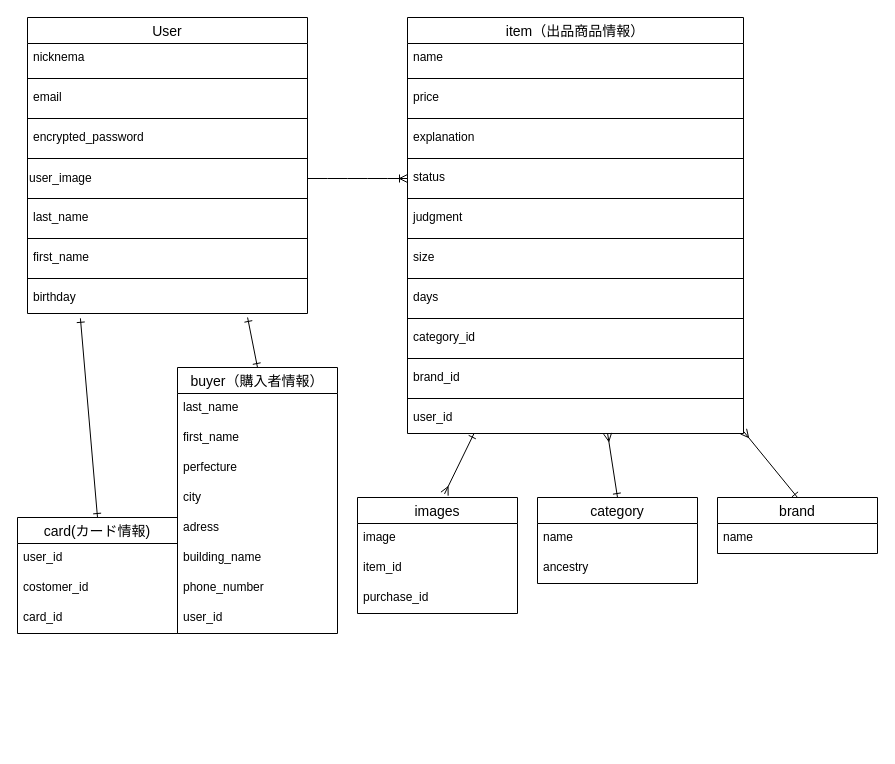
Before: furima.dio in nocchicken/furima-39852, a draw.io diagram. Source tidied: cells renumbered, new cells numbered last; positions are measured from the earlier drawing's top-left corner, leaving out a move shared by most shapes. Both pictures are drawn from the tidied source at 100%, with x=0, y=0 at pixel (17, 17).
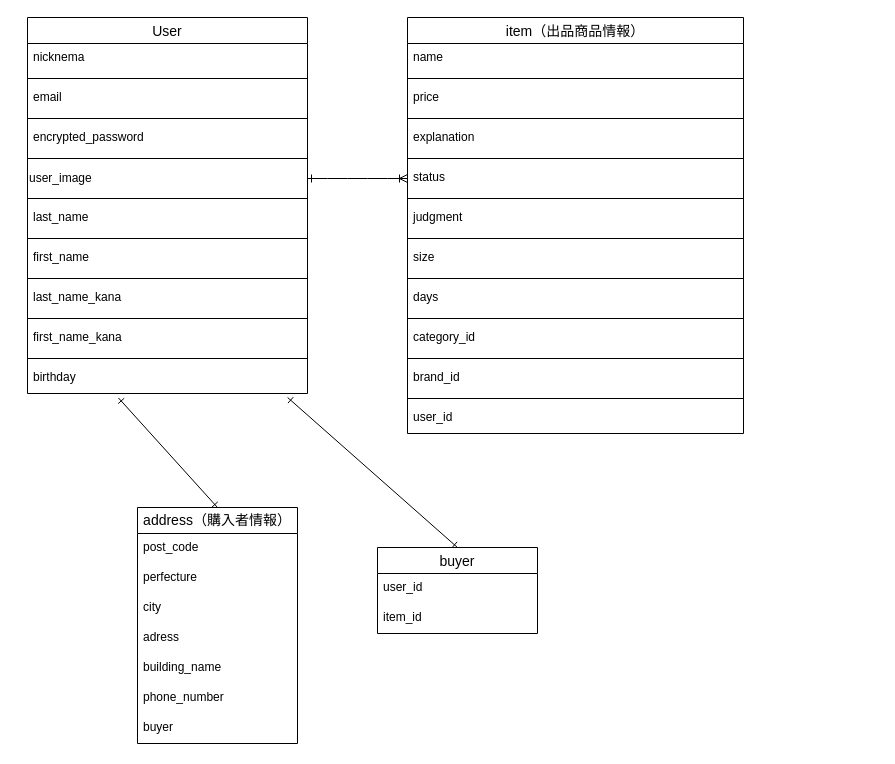
Above is the later version.

Unchanged cells that the change refers to:
```xml
<mxCell id="16" value="item（出品商品情報）" style="swimlane;fontStyle=0;horizontal=1;startSize=26;align=center;fontSize=14;" parent="1" vertex="1">
  <mxGeometry x="390" width="336" height="416" as="geometry" />
</mxCell>
```

What changed in the source:
```diff
@@
     <mxCell id="2" value="User" style="swimlane;fontStyle=0;horizontal=1;startSize=26;align=center;fontSize=14;" parent="1" vertex="1">
-      <mxGeometry x="10" width="280" height="296" as="geometry" />
+      <mxGeometry x="10" width="280" height="376" as="geometry" />
     </mxCell>
@@
+    <mxCell id="64" style="line;strokeWidth=1;dashed=0;labelPosition=right;align=left;verticalAlign=middle;spacingTop=0;spacingLeft=6;" parent="2" vertex="1">
+      <mxGeometry y="256" width="280" height="10" as="geometry" />
+    </mxCell>
+    <mxCell id="65" value="last_name_kana" style="text;strokeColor=none;fillColor=none;spacingLeft=4;spacingRight=4;overflow=hidden;fontSize=12;" parent="2" vertex="1">
+      <mxGeometry y="266" width="280" height="30" as="geometry" />
+    </mxCell>
+    <mxCell id="66" style="line;strokeWidth=1;dashed=0;labelPosition=right;align=left;verticalAlign=middle;spacingTop=0;spacingLeft=6;" parent="2" vertex="1">
+      <mxGeometry y="296" width="280" height="10" as="geometry" />
+    </mxCell>
+    <mxCell id="67" value="first_name_kana" style="text;strokeColor=none;fillColor=none;spacingLeft=4;spacingRight=4;overflow=hidden;fontSize=12;" parent="2" vertex="1">
+      <mxGeometry y="306" width="280" height="30" as="geometry" />
+    </mxCell>
     <mxCell id="14" style="line;strokeWidth=1;dashed=0;labelPosition=right;align=left;verticalAlign=middle;spacingTop=0;spacingLeft=6;" parent="2" vertex="1">
-      <mxGeometry y="256" width="280" height="10" as="geometry" />
+      <mxGeometry y="336" width="280" height="10" as="geometry" />
     </mxCell>
     <mxCell id="15" value="birthday" style="text;strokeColor=none;fillColor=none;spacingLeft=4;spacingRight=4;overflow=hidden;points=[[0,0.5],[1,0.5]];portConstraint=eastwest;fontSize=12;" parent="2" vertex="1">
-      <mxGeometry y="266" width="280" height="30" as="geometry" />
+      <mxGeometry y="346" width="280" height="30" as="geometry" />
     </mxCell>
@@
-    <mxCell id="36" style="edgeStyle=entityRelationEdgeStyle;fontSize=12;html=1;endArrow=ERoneToMany;" parent="1" edge="1">
+    <mxCell id="36" style="edgeStyle=entityRelationEdgeStyle;fontSize=12;html=1;endArrow=ERoneToMany;startArrow=ERone;startFill=0;" parent="1" edge="1">
       <mxGeometry relative="1" as="geometry">
         <mxPoint x="290" y="161" as="sourcePoint" />
         <mxPoint x="390" y="161" as="targetPoint" />
       </mxGeometry>
     </mxCell>
-    <mxCell id="37" value="card(カード情報)" style="swimlane;fontStyle=0;horizontal=1;startSize=26;align=center;fontSize=14;" parent="1" vertex="1">
-      <mxGeometry y="500" width="160" height="116" as="geometry" />
+    <mxCell id="37" value="buyer" style="swimlane;fontStyle=0;horizontal=1;startSize=26;align=center;fontSize=14;" parent="1" vertex="1">
+      <mxGeometry x="360" y="530" width="160" height="86" as="geometry" />
     </mxCell>
@@
-    <mxCell id="39" value="costomer_id" style="text;strokeColor=none;fillColor=none;spacingLeft=4;spacingRight=4;overflow=hidden;fontSize=12;" parent="37" vertex="1">
+    <mxCell id="39" value="item_id" style="text;strokeColor=none;fillColor=none;spacingLeft=4;spacingRight=4;overflow=hidden;fontSize=12;" parent="37" vertex="1">
       <mxGeometry y="56" width="160" height="30" as="geometry" />
     </mxCell>
-    <mxCell id="40" value="card_id" style="text;strokeColor=none;fillColor=none;spacingLeft=4;spacingRight=4;overflow=hidden;fontSize=12;" parent="37" vertex="1">
-      <mxGeometry y="86" width="160" height="30" as="geometry" />
-    </mxCell>
-    <mxCell id="41" value="buyer（購入者情報）" style="swimlane;fontStyle=0;horizontal=1;startSize=26;align=center;fontSize=14;" parent="1" vertex="1">
-      <mxGeometry x="160" y="350" width="160" height="266" as="geometry" />
+    <mxCell id="41" value="address（購入者情報）" style="swimlane;fontStyle=0;horizontal=1;startSize=26;align=center;fontSize=14;whiteSpace=wrap;" parent="1" vertex="1">
+      <mxGeometry x="120" y="490" width="160" height="236" as="geometry" />
     </mxCell>
-    <mxCell id="42" value="last_name" style="text;strokeColor=none;fillColor=none;spacingLeft=4;spacingRight=4;overflow=hidden;fontSize=12;" parent="41" vertex="1">
-      <mxGeometry y="26" width="160" height="30" as="geometry" />
-    </mxCell>
-    <mxCell id="43" value="first_name" style="text;strokeColor=none;fillColor=none;spacingLeft=4;spacingRight=4;overflow=hidden;fontSize=12;" parent="41" vertex="1">
-      <mxGeometry y="56" width="160" height="30" as="geometry" />
-    </mxCell>
+    <mxCell id="68" value="post_code" style="text;strokeColor=none;fillColor=none;spacingLeft=4;spacingRight=4;overflow=hidden;fontSize=12;" parent="41" vertex="1">
+      <mxGeometry y="26" width="160" height="30" as="geometry" />
+    </mxCell>
     <mxCell id="44" value="perfecture" style="text;strokeColor=none;fillColor=none;spacingLeft=4;spacingRight=4;overflow=hidden;fontSize=12;" parent="41" vertex="1">
-      <mxGeometry y="86" width="160" height="30" as="geometry" />
+      <mxGeometry y="56" width="160" height="30" as="geometry" />
     </mxCell>
     <mxCell id="45" value="city" style="text;strokeColor=none;fillColor=none;spacingLeft=4;spacingRight=4;overflow=hidden;fontSize=12;" parent="41" vertex="1">
-      <mxGeometry y="116" width="160" height="30" as="geometry" />
+      <mxGeometry y="86" width="160" height="30" as="geometry" />
     </mxCell>
     <mxCell id="46" value="adress" style="text;strokeColor=none;fillColor=none;spacingLeft=4;spacingRight=4;overflow=hidden;fontSize=12;" parent="41" vertex="1">
-      <mxGeometry y="146" width="160" height="30" as="geometry" />
+      <mxGeometry y="116" width="160" height="30" as="geometry" />
     </mxCell>
     <mxCell id="47" value="building_name" style="text;strokeColor=none;fillColor=none;spacingLeft=4;spacingRight=4;overflow=hidden;fontSize=12;" parent="41" vertex="1">
-      <mxGeometry y="176" width="160" height="30" as="geometry" />
+      <mxGeometry y="146" width="160" height="30" as="geometry" />
     </mxCell>
     <mxCell id="48" value="phone_number" style="text;strokeColor=none;fillColor=none;spacingLeft=4;spacingRight=4;overflow=hidden;fontSize=12;" parent="41" vertex="1">
-      <mxGeometry y="206" width="160" height="30" as="geometry" />
+      <mxGeometry y="176" width="160" height="30" as="geometry" />
     </mxCell>
-    <mxCell id="49" value="user_id" style="text;strokeColor=none;fillColor=none;spacingLeft=4;spacingRight=4;overflow=hidden;fontSize=12;" parent="41" vertex="1">
-      <mxGeometry y="236" width="160" height="30" as="geometry" />
+    <mxCell id="49" value="buyer" style="text;strokeColor=none;fillColor=none;spacingLeft=4;spacingRight=4;overflow=hidden;fontSize=12;" parent="41" vertex="1">
+      <mxGeometry y="206" width="160" height="30" as="geometry" />
     </mxCell>
-    <mxCell id="50" value="images" style="swimlane;fontStyle=0;horizontal=1;startSize=26;align=center;fontSize=14;" parent="1" vertex="1">
-      <mxGeometry x="340" y="480" width="160" height="116" as="geometry" />
-    </mxCell>
-    <mxCell id="51" value="image" style="text;strokeColor=none;fillColor=none;spacingLeft=4;spacingRight=4;overflow=hidden;fontSize=12;" parent="50" vertex="1">
-      <mxGeometry y="26" width="160" height="30" as="geometry" />
-    </mxCell>
-    <mxCell id="52" value="item_id" style="text;strokeColor=none;fillColor=none;spacingLeft=4;spacingRight=4;overflow=hidden;fontSize=12;" parent="50" vertex="1">
-      <mxGeometry y="56" width="160" height="30" as="geometry" />
-    </mxCell>
-    <mxCell id="53" value="purchase_id" style="text;strokeColor=none;fillColor=none;spacingLeft=4;spacingRight=4;overflow=hidden;fontSize=12;" parent="50" vertex="1">
-      <mxGeometry y="86" width="160" height="30" as="geometry" />
-    </mxCell>
-    <mxCell id="54" value="category" style="swimlane;fontStyle=0;horizontal=1;startSize=26;align=center;fontSize=14;" parent="1" vertex="1">
-      <mxGeometry x="520" y="480" width="160" height="86" as="geometry" />
-    </mxCell>
-    <mxCell id="55" value="name" style="text;strokeColor=none;fillColor=none;spacingLeft=4;spacingRight=4;overflow=hidden;fontSize=12;" parent="54" vertex="1">
-      <mxGeometry y="26" width="160" height="30" as="geometry" />
-    </mxCell>
-    <mxCell id="56" value="ancestry" style="text;strokeColor=none;fillColor=none;spacingLeft=4;spacingRight=4;overflow=hidden;fontSize=12;" parent="54" vertex="1">
-      <mxGeometry y="56" width="160" height="30" as="geometry" />
-    </mxCell>
-    <mxCell id="57" value="brand" style="swimlane;fontStyle=0;horizontal=1;startSize=26;align=center;fontSize=14;" parent="1" vertex="1">
-      <mxGeometry x="700" y="480" width="160" height="56" as="geometry" />
-    </mxCell>
-    <mxCell id="58" value="name" style="text;strokeColor=none;fillColor=none;spacingLeft=4;spacingRight=4;overflow=hidden;fontSize=12;" parent="57" vertex="1">
-      <mxGeometry y="26" width="160" height="30" as="geometry" />
-    </mxCell>
-    <mxCell id="59" style="fontSize=12;html=1;endArrow=ERmany;rounded=1;startArrow=ERone;startFill=0;endFill=0;exitX=0.5;exitY=0;exitDx=0;exitDy=0;" parent="1" edge="1" source="57" target="16">
-      <mxGeometry relative="1" as="geometry" />
-    </mxCell>
-    <mxCell id="60" style="fontSize=12;html=1;endArrow=ERmany;rounded=1;exitX=0.5;exitY=0;exitDx=0;exitDy=0;startArrow=ERone;startFill=0;endFill=0;" parent="1" edge="1" source="54" target="16">
-      <mxGeometry relative="1" as="geometry" />
-    </mxCell>
-    <mxCell id="61" style="fontSize=12;html=1;endArrow=ERmany;rounded=1;entryX=0.544;entryY=-0.031;entryDx=0;entryDy=0;entryPerimeter=0;endFill=0;startArrow=ERone;startFill=0;" parent="1" edge="1" source="16" target="50">
-      <mxGeometry relative="1" as="geometry" />
-    </mxCell>
-    <mxCell id="62" style="fontSize=12;html=1;endArrow=ERone;startArrow=ERone;rounded=1;entryX=0.5;entryY=0;entryDx=0;entryDy=0;exitX=0.786;exitY=1.133;exitDx=0;exitDy=0;exitPerimeter=0;endFill=0;startFill=0;" parent="1" edge="1" source="15" target="41">
+    <mxCell id="62" style="fontSize=12;html=1;endArrow=ERone;startArrow=ERone;rounded=1;entryX=0.5;entryY=0;entryDx=0;entryDy=0;exitX=0.325;exitY=1.149;exitDx=0;exitDy=0;exitPerimeter=0;endFill=0;startFill=0;" parent="1" edge="1" source="15" target="41">
       <mxGeometry relative="1" as="geometry" />
     </mxCell>
-    <mxCell id="63" style="fontSize=12;html=1;endArrow=ERone;startArrow=ERone;rounded=1;exitX=0.5;exitY=0;exitDx=0;exitDy=0;entryX=0.189;entryY=1.16;entryDx=0;entryDy=0;entryPerimeter=0;endFill=0;startFill=0;" parent="1" edge="1" source="37" target="15">
+    <mxCell id="63" style="fontSize=12;html=1;endArrow=ERone;startArrow=ERone;rounded=1;exitX=0.5;exitY=0;exitDx=0;exitDy=0;entryX=0.929;entryY=1.133;entryDx=0;entryDy=0;entryPerimeter=0;endFill=0;startFill=0;" parent="1" edge="1" source="37" target="15">
       <mxGeometry relative="1" as="geometry" />
     </mxCell>
```
